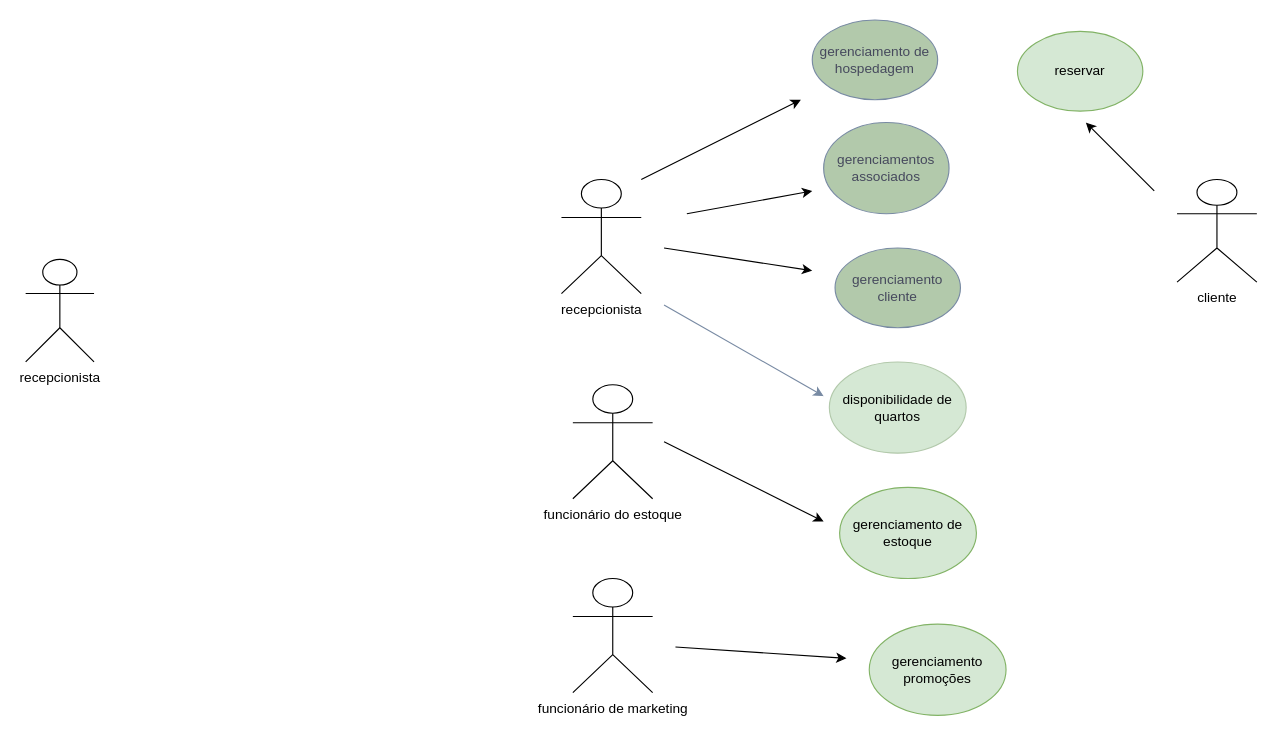
Before: page "Página-4" (4 of 5) of Diagramaaula.drawio in Gustavo2104ZV/diagramasderequisitos, a draw.io diagram. Source tidied: cells renumbered, new cells numbered last; positions are measured from the earlier drawing's top-left corner, leaving out a move shared by most shapes. Both pictures are drawn from the tidied source at 114%, with x=0, y=0 at pixel (25, 19).
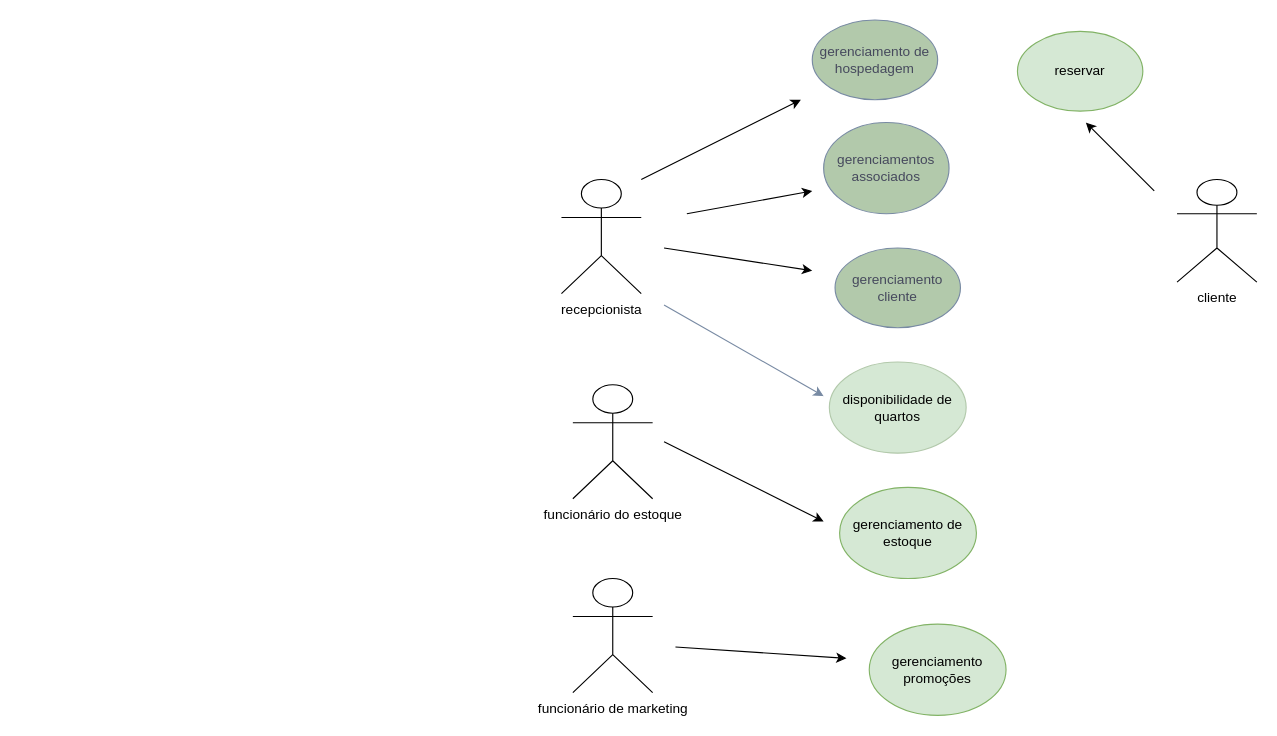
Above is the later version.

Diff of the diagram source:
```diff
@@
-    <mxCell id="2" value="recepcionista" style="shape=umlActor;verticalLabelPosition=bottom;verticalAlign=top;html=1;" parent="1" vertex="1">
-      <mxGeometry y="210" width="60" height="90" as="geometry" />
-    </mxCell>
```
